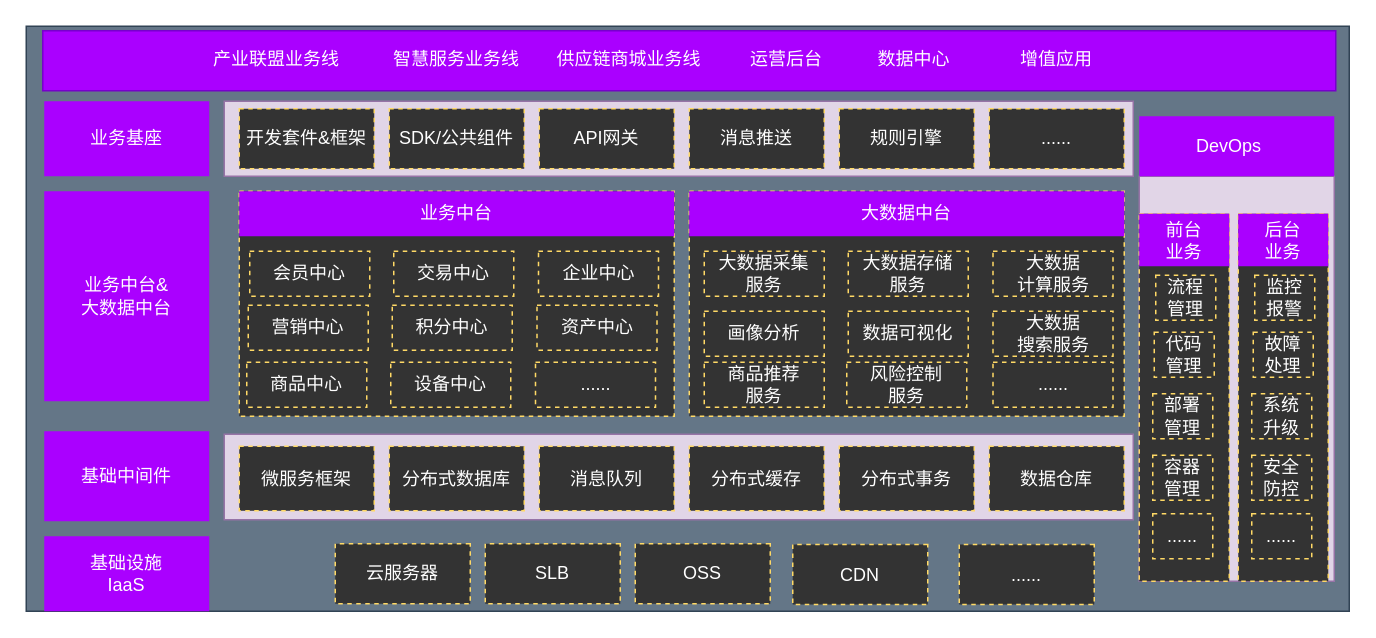
Earlier version of the draw.io diagram page "tek" (3 of 5) of cgc/cgc-framework.drawio (kinvensan/drawio). Source tidied: cells renumbered, new cells numbered last; positions are measured from the earlier drawing's top-left corner, leaving out a move shared by most shapes. Both pictures are drawn from the tidied source at 150%, with x=0, y=0 at pixel (26, 26).
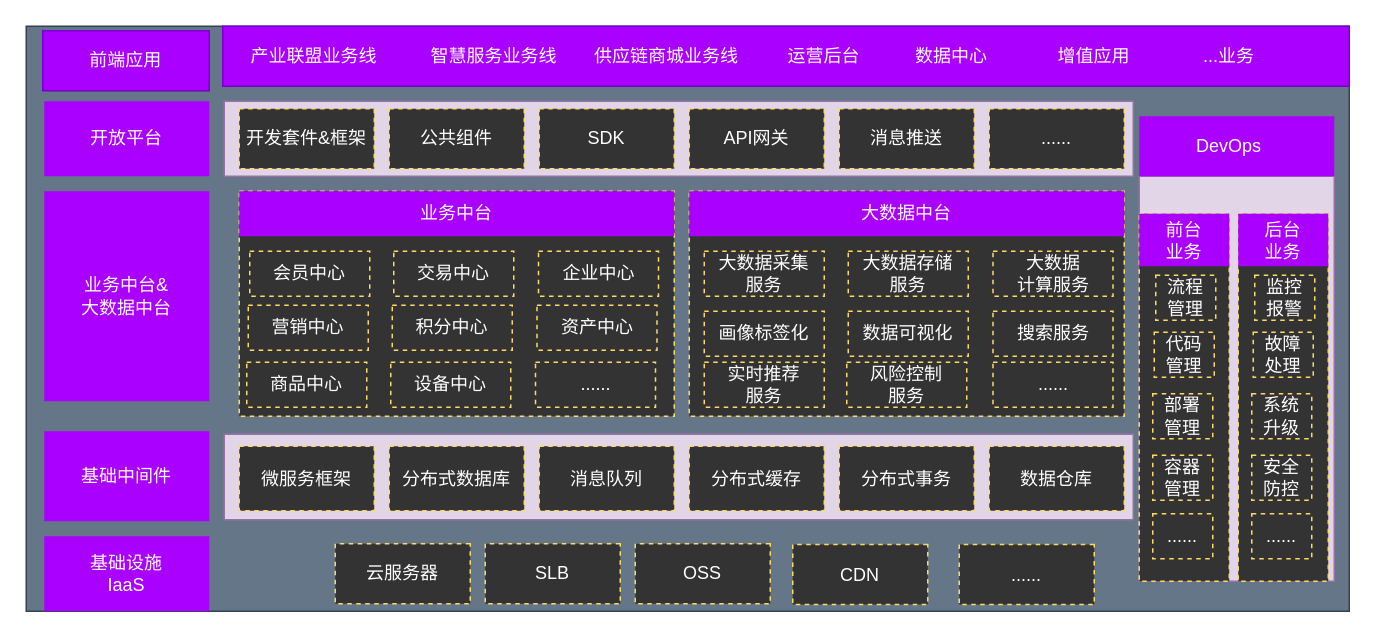
The same diagram, later.

Diff of the diagram source:
```diff
@@
-    <mxCell id="4" value="业务基座" style="rounded=0;whiteSpace=wrap;html=1;strokeColor=none;fontColor=#ffffff;fillColor=#aa00ff;" parent="1" vertex="1">
+    <mxCell id="4" value="开放平台" style="rounded=0;whiteSpace=wrap;html=1;strokeColor=none;fontColor=#ffffff;fillColor=#aa00ff;" parent="1" vertex="1">
       <mxGeometry x="12" y="50" width="110" height="50" as="geometry" />
     </mxCell>
@@
-    <mxCell id="28" value="大数据&lt;br&gt;搜索服务" style="rounded=0;whiteSpace=wrap;html=1;strokeColor=#FFD966;fontColor=#FFFFFF;fillColor=#333333;dashed=1;" parent="1" vertex="1">
+    <mxCell id="28" value="搜索服务" style="rounded=0;whiteSpace=wrap;html=1;strokeColor=#FFD966;fontColor=#FFFFFF;fillColor=#333333;dashed=1;" parent="1" vertex="1">
       <mxGeometry x="644.5" y="190" width="80" height="30" as="geometry" />
     </mxCell>
@@
-    <mxCell id="32" value="画像分析" style="rounded=0;whiteSpace=wrap;html=1;strokeColor=#FFD966;fontColor=#FFFFFF;fillColor=#333333;dashed=1;" parent="1" vertex="1">
+    <mxCell id="32" value="画像标签化" style="rounded=0;whiteSpace=wrap;html=1;strokeColor=#FFD966;fontColor=#FFFFFF;fillColor=#333333;dashed=1;" parent="1" vertex="1">
       <mxGeometry x="452" y="190" width="80" height="30" as="geometry" />
     </mxCell>
-    <mxCell id="33" value="商品推荐&lt;br&gt;服务" style="rounded=0;whiteSpace=wrap;html=1;strokeColor=#FFD966;fontColor=#FFFFFF;fillColor=#333333;dashed=1;" parent="1" vertex="1">
+    <mxCell id="33" value="实时推荐&lt;br&gt;服务" style="rounded=0;whiteSpace=wrap;html=1;strokeColor=#FFD966;fontColor=#FFFFFF;fillColor=#333333;dashed=1;" parent="1" vertex="1">
       <mxGeometry x="452" y="224" width="80" height="30" as="geometry" />
     </mxCell>
@@
-    <mxCell id="39" value="SDK/公共组件" style="rounded=0;whiteSpace=wrap;html=1;strokeColor=#FFD966;fontColor=#FFFFFF;fillColor=#333333;dashed=1;" parent="1" vertex="1">
+    <mxCell id="39" value="&lt;span style=&quot;white-space: normal&quot;&gt;公共组件&lt;/span&gt;" style="rounded=0;whiteSpace=wrap;html=1;strokeColor=#FFD966;fontColor=#FFFFFF;fillColor=#333333;dashed=1;" parent="1" vertex="1">
       <mxGeometry x="242" y="55" width="90" height="40" as="geometry" />
     </mxCell>
-    <mxCell id="40" value="&lt;span style=&quot;white-space: normal&quot;&gt;API网关&lt;/span&gt;" style="rounded=0;whiteSpace=wrap;html=1;strokeColor=#FFD966;fontColor=#FFFFFF;fillColor=#333333;dashed=1;" parent="1" vertex="1">
+    <mxCell id="40" value="&lt;span style=&quot;white-space: normal&quot;&gt;SDK&lt;/span&gt;" style="rounded=0;whiteSpace=wrap;html=1;strokeColor=#FFD966;fontColor=#FFFFFF;fillColor=#333333;dashed=1;" parent="1" vertex="1">
       <mxGeometry x="342" y="55" width="90" height="40" as="geometry" />
     </mxCell>
-    <mxCell id="41" value="&lt;span style=&quot;white-space: normal&quot;&gt;消息推送&lt;/span&gt;" style="rounded=0;whiteSpace=wrap;html=1;strokeColor=#FFD966;fontColor=#FFFFFF;fillColor=#333333;dashed=1;" parent="1" vertex="1">
+    <mxCell id="41" value="API网关" style="rounded=0;whiteSpace=wrap;html=1;strokeColor=#FFD966;fontColor=#FFFFFF;fillColor=#333333;dashed=1;" parent="1" vertex="1">
       <mxGeometry x="442" y="55" width="90" height="40" as="geometry" />
     </mxCell>
-    <mxCell id="42" value="规则引擎" style="rounded=0;whiteSpace=wrap;html=1;strokeColor=#FFD966;fontColor=#FFFFFF;fillColor=#333333;dashed=1;" parent="1" vertex="1">
+    <mxCell id="42" value="消息推送" style="rounded=0;whiteSpace=wrap;html=1;strokeColor=#FFD966;fontColor=#FFFFFF;fillColor=#333333;dashed=1;" parent="1" vertex="1">
       <mxGeometry x="542" y="55" width="90" height="40" as="geometry" />
     </mxCell>
@@
-    <mxCell id="53" style="rounded=0;whiteSpace=wrap;html=1;strokeColor=#7700CC;fillColor=#aa00ff;fontColor=#ffffff;" parent="1" vertex="1">
-      <mxGeometry x="11" y="3" width="862" height="40" as="geometry" />
+    <mxCell id="53" value="前端应用" style="rounded=0;whiteSpace=wrap;html=1;strokeColor=#7700CC;fillColor=#aa00ff;fontColor=#ffffff;" parent="1" vertex="1">
+      <mxGeometry x="11" y="3" width="111" height="40" as="geometry" />
     </mxCell>
-    <mxCell id="54" value="产业联盟业务线" style="text;html=1;strokeColor=none;fillColor=none;align=center;verticalAlign=middle;whiteSpace=wrap;rounded=0;dashed=1;fontColor=#FFFFFF;" parent="1" vertex="1">
-      <mxGeometry x="122" y="12" width="90" height="20" as="geometry" />
-    </mxCell>
-    <mxCell id="55" value="智慧服务业务线" style="text;html=1;strokeColor=none;fillColor=none;align=center;verticalAlign=middle;whiteSpace=wrap;rounded=0;dashed=1;fontColor=#FFFFFF;" parent="1" vertex="1">
-      <mxGeometry x="242" y="12" width="90" height="20" as="geometry" />
-    </mxCell>
-    <mxCell id="56" value="供应链商城业务线" style="text;html=1;strokeColor=none;fillColor=none;align=center;verticalAlign=middle;whiteSpace=wrap;rounded=0;dashed=1;fontColor=#FFFFFF;" parent="1" vertex="1">
-      <mxGeometry x="352" y="12" width="100" height="20" as="geometry" />
-    </mxCell>
-    <mxCell id="57" value="数据中心" style="text;html=1;strokeColor=none;fillColor=none;align=center;verticalAlign=middle;whiteSpace=wrap;rounded=0;dashed=1;fontColor=#FFFFFF;" parent="1" vertex="1">
-      <mxGeometry x="557" y="12" width="70" height="20" as="geometry" />
-    </mxCell>
-    <mxCell id="58" value="运营后台" style="text;html=1;strokeColor=none;fillColor=none;align=center;verticalAlign=middle;whiteSpace=wrap;rounded=0;dashed=1;fontColor=#FFFFFF;" parent="1" vertex="1">
-      <mxGeometry x="472" y="12" width="70" height="20" as="geometry" />
-    </mxCell>
-    <mxCell id="59" value="增值应用" style="text;html=1;strokeColor=none;fillColor=none;align=center;verticalAlign=middle;whiteSpace=wrap;rounded=0;dashed=1;fontColor=#FFFFFF;" parent="1" vertex="1">
-      <mxGeometry x="652" y="12" width="70" height="20" as="geometry" />
-    </mxCell>
@@
+    <mxCell id="72" style="rounded=0;whiteSpace=wrap;html=1;strokeColor=#7700CC;fillColor=#aa00ff;fontColor=#ffffff;" parent="1" vertex="1">
+      <mxGeometry x="131" width="751" height="40" as="geometry" />
+    </mxCell>
+    <mxCell id="54" value="产业联盟业务线" style="text;html=1;strokeColor=none;fillColor=none;align=center;verticalAlign=middle;whiteSpace=wrap;rounded=0;dashed=1;fontColor=#FFFFFF;" parent="1" vertex="1">
+      <mxGeometry x="147" y="10" width="90" height="20" as="geometry" />
+    </mxCell>
+    <mxCell id="55" value="智慧服务业务线" style="text;html=1;strokeColor=none;fillColor=none;align=center;verticalAlign=middle;whiteSpace=wrap;rounded=0;dashed=1;fontColor=#FFFFFF;" parent="1" vertex="1">
+      <mxGeometry x="267" y="10" width="90" height="20" as="geometry" />
+    </mxCell>
+    <mxCell id="56" value="供应链商城业务线" style="text;html=1;strokeColor=none;fillColor=none;align=center;verticalAlign=middle;whiteSpace=wrap;rounded=0;dashed=1;fontColor=#FFFFFF;" parent="1" vertex="1">
+      <mxGeometry x="377" y="10" width="100" height="20" as="geometry" />
+    </mxCell>
+    <mxCell id="57" value="数据中心" style="text;html=1;strokeColor=none;fillColor=none;align=center;verticalAlign=middle;whiteSpace=wrap;rounded=0;dashed=1;fontColor=#FFFFFF;" parent="1" vertex="1">
+      <mxGeometry x="582" y="10" width="70" height="20" as="geometry" />
+    </mxCell>
+    <mxCell id="58" value="运营后台" style="text;html=1;strokeColor=none;fillColor=none;align=center;verticalAlign=middle;whiteSpace=wrap;rounded=0;dashed=1;fontColor=#FFFFFF;" parent="1" vertex="1">
+      <mxGeometry x="497" y="10" width="70" height="20" as="geometry" />
+    </mxCell>
+    <mxCell id="59" value="增值应用" style="text;html=1;strokeColor=none;fillColor=none;align=center;verticalAlign=middle;whiteSpace=wrap;rounded=0;dashed=1;fontColor=#FFFFFF;" parent="1" vertex="1">
+      <mxGeometry x="677" y="10" width="70" height="20" as="geometry" />
+    </mxCell>
+    <mxCell id="73" value="...业务" style="text;html=1;strokeColor=none;fillColor=none;align=center;verticalAlign=middle;whiteSpace=wrap;rounded=0;dashed=1;fontColor=#FFFFFF;" parent="1" vertex="1">
+      <mxGeometry x="767" y="10" width="70" height="20" as="geometry" />
+    </mxCell>
```
